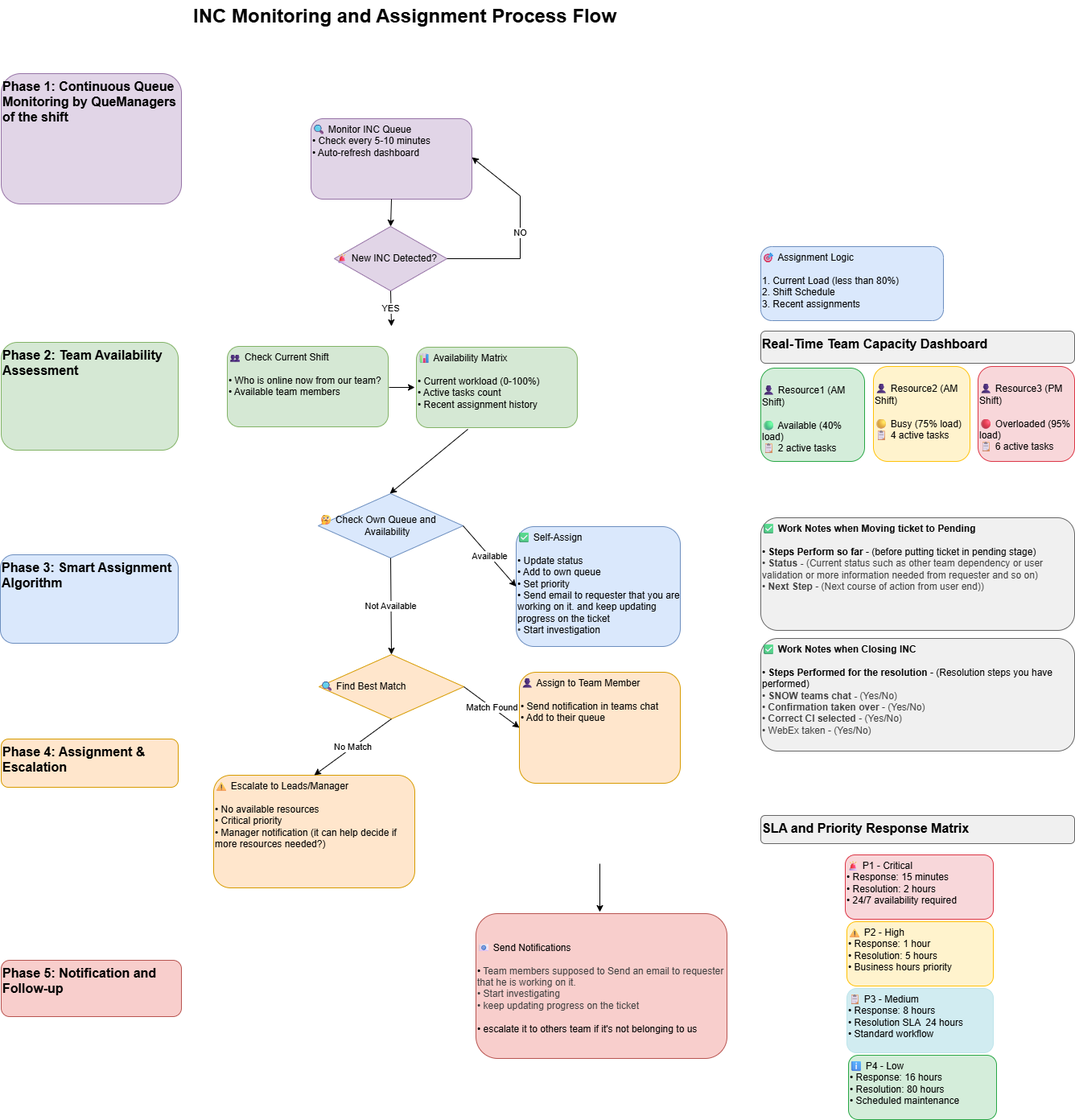
The draw.io diagram INC-Monitoring-Assignment.png in vilaswasnik/SnowINCProcess, before a commit. Source tidied: cells renumbered, new cells last; positions are measured from the earlier drawing's top-left corner, leaving out a move shared by most shapes.
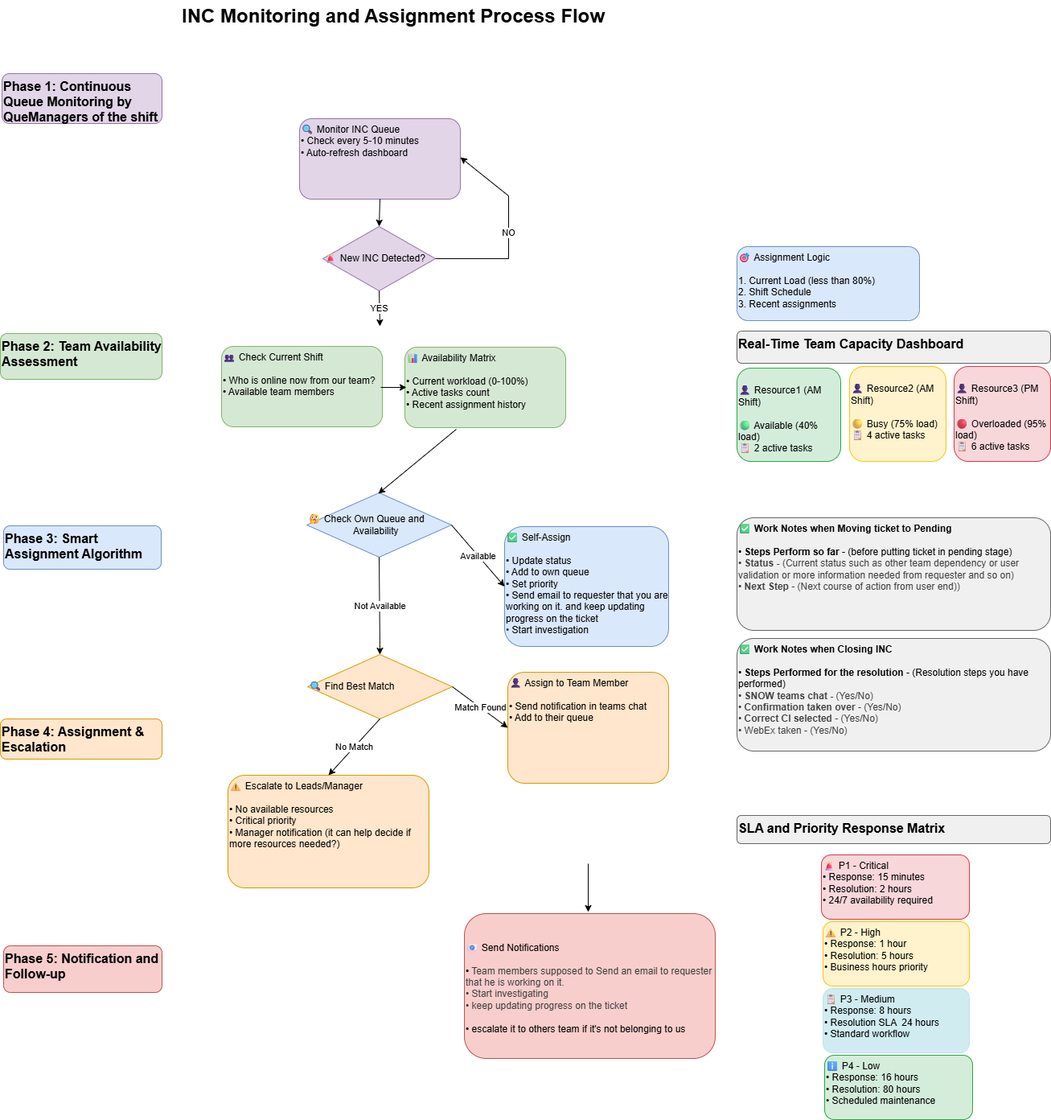
Later version of the same file.

Commit message:
Update diagram with white background and re-export PNG

- Apply white background to Draw.io diagram for better readability
- Re-export PNG with white background for clean repository display
- Improve professional appearance and printing compatibility
- Maintain all workflow elements with better contrast

Diff of the diagram source:
```diff
@@ -1,4 +1,4 @@
-<mxGraphModel>
+<mxGraphModel background="#ffffff">
   <root>
     <mxCell id="0" />
     <mxCell id="1" parent="0" />
@@ -6,7 +6,7 @@
       <mxGeometry x="203" width="600" height="40" as="geometry" />
     </mxCell>
     <mxCell id="3" value="Phase 1: Continuous Queue Monitoring by QueManagers of the shift" style="rounded=1;whiteSpace=wrap;html=1;fontSize=16;fontStyle=1;fillColor=#e1d5e7;strokeColor=#9673a6;align=left;verticalAlign=top;" parent="1" vertex="1">
-      <mxGeometry x="1" y="91" width="224" height="162" as="geometry" />
+      <mxGeometry x="16" y="91" width="199" height="62" as="geometry" />
     </mxCell>
     <mxCell id="4" value="🔍 Monitor INC Queue&lt;br&gt;• Check every 5-10 minutes&lt;br&gt;• Auto-refresh dashboard" style="rounded=1;whiteSpace=wrap;html=1;fillColor=#e1d5e7;strokeColor=#9673a6;align=left;verticalAlign=top;" parent="1" vertex="1">
       <mxGeometry x="386" y="147" width="200" height="100" as="geometry" />
@@ -15,25 +15,25 @@
       <mxGeometry x="415" y="281" width="140" height="80" as="geometry" />
     </mxCell>
     <mxCell id="6" value="Phase 2: Team Availability Assessment" style="rounded=1;whiteSpace=wrap;html=1;fontSize=16;fontStyle=1;fillColor=#d5e8d4;strokeColor=#82b366;align=left;verticalAlign=top;" parent="1" vertex="1">
-      <mxGeometry x="1" y="425" width="220" height="134" as="geometry" />
+      <mxGeometry x="14" y="414" width="201" height="57" as="geometry" />
     </mxCell>
     <mxCell id="7" value="👥 Check Current Shift&lt;div&gt;&lt;font color=&quot;#000000&quot;&gt;&lt;br&gt;&lt;/font&gt;• Who is online now from our team?&lt;br&gt;• Available team members&lt;/div&gt;" style="rounded=1;whiteSpace=wrap;html=1;fillColor=#d5e8d4;strokeColor=#82b366;align=left;verticalAlign=top;" parent="1" vertex="1">
-      <mxGeometry x="282" y="430" width="200" height="100" as="geometry" />
+      <mxGeometry x="289" y="430" width="200" height="100" as="geometry" />
     </mxCell>
     <mxCell id="8" value="📊 Availability Matrix&lt;div&gt;&lt;font color=&quot;#000000&quot;&gt;&lt;br&gt;&lt;/font&gt;• Current workload (0-100%)&lt;/div&gt;&lt;div&gt;• Active tasks count&lt;br&gt;• Recent assignment history&lt;/div&gt;" style="rounded=1;whiteSpace=wrap;html=1;fillColor=#d5e8d4;strokeColor=#82b366;align=left;verticalAlign=top;" parent="1" vertex="1">
       <mxGeometry x="517" y="431" width="200" height="100" as="geometry" />
     </mxCell>
     <mxCell id="9" value="Phase 3: Smart Assignment Algorithm" style="rounded=1;whiteSpace=wrap;html=1;fontSize=16;fontStyle=1;fillColor=#dae8fc;strokeColor=#6c8ebf;align=left;verticalAlign=top;" parent="1" vertex="1">
-      <mxGeometry y="689" width="221" height="110" as="geometry" />
+      <mxGeometry x="18" y="653" width="196" height="54" as="geometry" />
     </mxCell>
     <mxCell id="10" value="🤔 Check Own Queue and&amp;nbsp; &amp;nbsp; &amp;nbsp; &amp;nbsp; &amp;nbsp; &amp;nbsp; &amp;nbsp; &amp;nbsp; &amp;nbsp; &amp;nbsp; &amp;nbsp; &amp;nbsp; &amp;nbsp; &amp;nbsp;Availability" style="rhombus;whiteSpace=wrap;html=1;fillColor=#dae8fc;strokeColor=#6c8ebf;align=left;verticalAlign=middle;" parent="1" vertex="1">
-      <mxGeometry x="395" y="613" width="180" height="80" as="geometry" />
+      <mxGeometry x="395" y="612" width="180" height="80" as="geometry" />
     </mxCell>
     <mxCell id="11" value="✅ Self-Assign&lt;br&gt;&lt;br&gt;&lt;div&gt;• Update status&lt;br&gt;• Add to own queue&lt;br&gt;• Set priority&lt;br&gt;• Send email to requester that you are working on it. and keep updating progress on the ticket&amp;nbsp;&lt;/div&gt;&lt;div&gt;&lt;span style=&quot;color: rgb(63, 63, 63); background-color: transparent;&quot;&gt;•&amp;nbsp;&lt;/span&gt;Start investigation&lt;/div&gt;" style="rounded=1;whiteSpace=wrap;html=1;fillColor=#dae8fc;strokeColor=#6c8ebf;align=left;verticalAlign=top;" parent="1" vertex="1">
       <mxGeometry x="641" y="654" width="204" height="149" as="geometry" />
     </mxCell>
     <mxCell id="12" value="Phase 4: Assignment &amp; Escalation" style="rounded=1;whiteSpace=wrap;html=1;fontSize=16;fontStyle=1;fillColor=#ffe6cc;strokeColor=#d79b00;align=left;verticalAlign=top;" parent="1" vertex="1">
-      <mxGeometry x="1" y="918" width="220" height="60" as="geometry" />
+      <mxGeometry x="14" y="893" width="201" height="50" as="geometry" />
     </mxCell>
     <mxCell id="13" value="🔍 Find Best Match" style="rhombus;whiteSpace=wrap;html=1;fillColor=#ffe6cc;strokeColor=#d79b00;align=left;verticalAlign=middle;" parent="1" vertex="1">
       <mxGeometry x="396" y="813" width="180" height="80" as="geometry" />
@@ -48,43 +48,43 @@
       <mxGeometry x="645" y="835" width="200" height="138" as="geometry" />
     </mxCell>
     <mxCell id="16" value="⚠️ Escalate to Leads/Manager&lt;div&gt;&lt;font color=&quot;#000000&quot;&gt;&lt;br&gt;&lt;/font&gt;• No available resources&lt;br&gt;• Critical priority&lt;br&gt;• Manager notification (it can help decide if more resources needed?)&lt;/div&gt;" style="rounded=1;whiteSpace=wrap;html=1;fillColor=#ffe6cc;strokeColor=#d79b00;align=left;verticalAlign=top;" parent="1" vertex="1">
-      <mxGeometry x="265" y="963" width="250" height="140" as="geometry" />
+      <mxGeometry x="297" y="963" width="250" height="140" as="geometry" />
     </mxCell>
     <mxCell id="17" value="🎯 Assignment Logic&lt;div&gt;&lt;br&gt;1. Current Load (less than 80%)&lt;br&gt;2. Shift Schedule&lt;br&gt;3. Recent assignments&lt;/div&gt;" style="rounded=1;whiteSpace=wrap;html=1;fillColor=#dae8fc;strokeColor=#6c8ebf;align=left;verticalAlign=top;" parent="1" vertex="1">
-      <mxGeometry x="945" y="306" width="227" height="92" as="geometry" />
+      <mxGeometry x="930" y="306" width="227" height="92" as="geometry" />
     </mxCell>
     <mxCell id="18" value="Real-Time Team Capacity Dashboard" style="rounded=1;whiteSpace=wrap;html=1;fontSize=16;fontStyle=1;fillColor=#f0f0f0;strokeColor=#666666;align=left;verticalAlign=top;" parent="1" vertex="1">
-      <mxGeometry x="945" y="411" width="390" height="40" as="geometry" />
+      <mxGeometry x="930" y="411" width="390" height="40" as="geometry" />
     </mxCell>
     <mxCell id="19" value="&lt;div&gt;&lt;br&gt;&lt;/div&gt;👤 Resource1 (AM Shift)&lt;div&gt;&lt;font color=&quot;#000000&quot;&gt;&lt;br&gt;&lt;/font&gt;🟢 Available (40% load)&lt;br&gt;📋 2 active tasks&lt;br&gt;&lt;br&gt;&lt;/div&gt;" style="rounded=1;whiteSpace=wrap;html=1;fillColor=#d4edda;strokeColor=#28a745;align=left;verticalAlign=top;" parent="1" vertex="1">
-      <mxGeometry x="945" y="457" width="129" height="116" as="geometry" />
+      <mxGeometry x="930" y="457" width="129" height="116" as="geometry" />
     </mxCell>
     <mxCell id="20" value="&lt;div&gt;&lt;br&gt;&lt;/div&gt;👤&amp;nbsp;&lt;span style=&quot;color: rgb(0, 0, 0);&quot;&gt;Resource2&amp;nbsp;&lt;/span&gt;(AM Shift)&lt;div&gt;&lt;font color=&quot;#000000&quot;&gt;&lt;br&gt;&lt;/font&gt;🟡 Busy (75% load)&lt;br&gt;📋 4 active tasks&lt;div&gt;&lt;br&gt;&lt;/div&gt;&lt;/div&gt;" style="rounded=1;whiteSpace=wrap;html=1;fillColor=#fff3cd;strokeColor=#ffc107;align=left;verticalAlign=top;" parent="1" vertex="1">
-      <mxGeometry x="1085" y="455" width="120" height="118" as="geometry" />
+      <mxGeometry x="1070" y="455" width="120" height="118" as="geometry" />
     </mxCell>
     <mxCell id="21" value="&lt;div&gt;&lt;br&gt;&lt;/div&gt;👤&amp;nbsp;&lt;span style=&quot;color: rgb(0, 0, 0);&quot;&gt;Resource3&lt;/span&gt;&amp;nbsp;(PM Shift)&lt;div&gt;&lt;font color=&quot;#000000&quot;&gt;&lt;br&gt;&lt;/font&gt;&lt;div&gt;🔴 Overloaded (95% load)&lt;br&gt;📋 6 active tasks&lt;br&gt;&lt;br&gt;&lt;/div&gt;&lt;/div&gt;" style="rounded=1;whiteSpace=wrap;html=1;fillColor=#f8d7da;strokeColor=#dc3545;align=left;verticalAlign=top;" parent="1" vertex="1">
-      <mxGeometry x="1215" y="455" width="120" height="118" as="geometry" />
+      <mxGeometry x="1200" y="455" width="120" height="118" as="geometry" />
     </mxCell>
     <mxCell id="22" value="Phase 5: Notification and Follow-up" style="rounded=1;whiteSpace=wrap;html=1;fontSize=16;fontStyle=1;fillColor=#f8cecc;strokeColor=#b85450;align=left;verticalAlign=top;" parent="1" vertex="1">
-      <mxGeometry x="1" y="1193" width="224" height="70" as="geometry" />
+      <mxGeometry x="18" y="1175" width="197" height="58" as="geometry" />
     </mxCell>
     <mxCell id="23" value="&lt;div&gt;&lt;span style=&quot;background-color: transparent;&quot;&gt;&lt;br&gt;&lt;/span&gt;&lt;/div&gt;&lt;div&gt;&lt;span style=&quot;background-color: transparent;&quot;&gt;&lt;br&gt;&lt;/span&gt;&lt;/div&gt;&lt;div&gt;&lt;span style=&quot;background-color: transparent;&quot;&gt;📧 Send Notifications&lt;/span&gt;&lt;/div&gt;&lt;div&gt;&lt;font color=&quot;#000000&quot;&gt;&lt;br&gt;&lt;/font&gt;•&amp;nbsp;&lt;span style=&quot;color: rgb(63, 63, 63); background-color: transparent;&quot;&gt;Team members supposed to Send an email to requester that he is working on it.&lt;/span&gt;&lt;/div&gt;&lt;div&gt;&lt;span style=&quot;background-color: transparent; scrollbar-color: rgb(226, 226, 226) rgb(251, 251, 251); color: rgb(63, 63, 63);&quot;&gt;•&amp;nbsp;&lt;/span&gt;&lt;span style=&quot;background-color: transparent; color: rgb(63, 63, 63);&quot;&gt;Start investigating&lt;/span&gt;&lt;span style=&quot;background-color: transparent;&quot;&gt;&amp;nbsp;&lt;/span&gt;&lt;/div&gt;&lt;div&gt;&lt;span style=&quot;background-color: transparent; scrollbar-color: rgb(226, 226, 226) rgb(251, 251, 251); color: rgb(63, 63, 63);&quot;&gt;&lt;span style=&quot;color: rgb(63, 63, 63); background-color: transparent;&quot;&gt;•&amp;nbsp;&lt;/span&gt;keep updating progress on the ticket&lt;/span&gt;&lt;span style=&quot;background-color: transparent; scrollbar-color: rgb(226, 226, 226) rgb(251, 251, 251); color: rgb(63, 63, 63);&quot;&gt;&amp;nbsp;&lt;/span&gt;&lt;/div&gt;&lt;div&gt;&lt;div style=&quot;scrollbar-color: rgb(226, 226, 226) rgb(251, 251, 251); color: rgb(63, 63, 63);&quot;&gt;&lt;br&gt;&lt;/div&gt;• escalate it to others team if it's not belonging to us&lt;br&gt;&lt;br&gt;&lt;/div&gt;" style="rounded=1;whiteSpace=wrap;html=1;fillColor=#f8cecc;strokeColor=#b85450;align=left;verticalAlign=top;" parent="1" vertex="1">
       <mxGeometry x="591" y="1135" width="312" height="180" as="geometry" />
     </mxCell>
     <mxCell id="24" value="SLA and Priority Response Matrix" style="rounded=1;whiteSpace=wrap;html=1;fontSize=16;fontStyle=1;fillColor=#f0f0f0;strokeColor=#666666;align=left;verticalAlign=top;" parent="1" vertex="1">
-      <mxGeometry x="945" y="1013" width="390" height="35" as="geometry" />
+      <mxGeometry x="930" y="1013" width="390" height="35" as="geometry" />
     </mxCell>
     <mxCell id="25" value="🚨 P1 - Critical&lt;br&gt;• Response: 15 minutes&lt;br&gt;• Resolution: 2 hours&lt;br&gt;• 24/7 availability required" style="rounded=1;whiteSpace=wrap;html=1;fillColor=#f8d7da;strokeColor=#dc3545;align=left;verticalAlign=top;" parent="1" vertex="1">
-      <mxGeometry x="1050" y="1062" width="184" height="80" as="geometry" />
+      <mxGeometry x="1035" y="1062" width="184" height="80" as="geometry" />
     </mxCell>
     <mxCell id="26" value="⚠️ P2 - High&lt;br&gt;• Response: 1 hour&lt;br&gt;• Resolution: 5 hours&lt;br&gt;• Business hours priority" style="rounded=1;whiteSpace=wrap;html=1;fillColor=#fff3cd;strokeColor=#ffc107;align=left;verticalAlign=top;" parent="1" vertex="1">
-      <mxGeometry x="1052" y="1145" width="182" height="80" as="geometry" />
+      <mxGeometry x="1037" y="1145" width="182" height="80" as="geometry" />
     </mxCell>
     <mxCell id="27" value="📋 P3 - Medium&lt;br&gt;• Response: 8 hours&lt;br&gt;• Resolution SLA&amp;nbsp; 24 hours&lt;br&gt;• Standard workflow" style="rounded=1;whiteSpace=wrap;html=1;fillColor=#d1ecf1;strokeColor=#bee5eb;align=left;verticalAlign=top;" parent="1" vertex="1">
-      <mxGeometry x="1052" y="1228" width="182" height="80" as="geometry" />
+      <mxGeometry x="1037" y="1228" width="182" height="80" as="geometry" />
     </mxCell>
     <mxCell id="28" value="ℹ️ P4 - Low&lt;br&gt;• Response: 16 hours&lt;br&gt;• Resolution: 80 hours&lt;br&gt;• Scheduled maintenance" style="rounded=1;whiteSpace=wrap;html=1;fillColor=#d4edda;strokeColor=#28a745;align=left;verticalAlign=top;" parent="1" vertex="1">
-      <mxGeometry x="1054" y="1311" width="184" height="80" as="geometry" />
+      <mxGeometry x="1039" y="1311" width="184" height="80" as="geometry" />
     </mxCell>
     <mxCell id="29" style="endArrow=classic;html=1;rounded=0;entryX=0.5;entryY=0;entryDx=0;entryDy=0;exitX=0.5;exitY=1;exitDx=0;exitDy=0;" parent="1" edge="1" source="4" target="5">
       <mxGeometry relative="1" as="geometry" />
@@ -96,8 +96,8 @@
     </mxCell>
     <mxCell id="31" style="endArrow=classic;html=1;rounded=0;entryX=0;entryY=0.5;entryDx=0;entryDy=0;" parent="1" edge="1">
       <mxGeometry relative="1" as="geometry">
-        <mxPoint x="483" y="481" as="sourcePoint" />
-        <mxPoint x="515" y="481" as="targetPoint" />
+        <mxPoint x="487" y="481" as="sourcePoint" />
+        <mxPoint x="519" y="481" as="targetPoint" />
       </mxGeometry>
     </mxCell>
     <mxCell id="32" style="endArrow=classic;html=1;rounded=0;exitX=0.5;exitY=1;exitDx=0;exitDy=0;entryX=0.5;entryY=0;entryDx=0;entryDy=0;" parent="1" edge="1">
@@ -129,10 +129,10 @@
       </mxGeometry>
     </mxCell>
     <mxCell id="38" value="✅&lt;b&gt; Work Notes when Moving ticket to Pending&lt;/b&gt;&lt;br&gt;&lt;br&gt;&lt;div&gt;• &lt;b&gt;Steps Perform so far&lt;/b&gt; - (before putting ticket in pending stage)&amp;nbsp;&lt;span style=&quot;white-space: pre;&quot;&gt;&#9;&lt;/span&gt;&lt;br&gt;&lt;/div&gt;&lt;div&gt;&lt;span style=&quot;color: rgb(63, 63, 63);&quot;&gt;• &lt;b&gt;Status -&lt;/b&gt; (Current status such as other team dependency or user validation or more information needed from requester and so on)&lt;/span&gt;&lt;/div&gt;&lt;div&gt;&lt;span style=&quot;background-color: transparent; color: rgb(63, 63, 63);&quot;&gt;• &lt;b&gt;Next Step&lt;/b&gt; - (Next course of action from user end))&lt;/span&gt;&lt;span style=&quot;background-color: transparent;&quot;&gt;&amp;nbsp;&lt;/span&gt;&lt;/div&gt;" style="rounded=1;whiteSpace=wrap;html=1;fillColor=#f0f0f0;strokeColor=#666666;align=left;verticalAlign=top;" parent="1" vertex="1">
-      <mxGeometry x="945" y="643" width="390" height="140" as="geometry" />
+      <mxGeometry x="930" y="643" width="390" height="140" as="geometry" />
     </mxCell>
     <mxCell id="39" value="✅ &lt;b&gt;Work Notes when Closing INC&lt;/b&gt;&lt;br&gt;&lt;br&gt;&lt;div&gt;• &lt;b&gt;Steps Performed for the resolution&lt;/b&gt;&amp;nbsp;- (Resolution steps you have performed)&amp;nbsp;&lt;span style=&quot;white-space: pre;&quot;&gt;&#9;&lt;/span&gt;&lt;br&gt;&lt;/div&gt;&lt;div&gt;&lt;span style=&quot;color: rgb(63, 63, 63);&quot;&gt;• &lt;b&gt;SNOW teams chat -&lt;/b&gt; (Yes/No)&lt;/span&gt;&lt;/div&gt;&lt;div&gt;&lt;span style=&quot;background-color: transparent; color: rgb(63, 63, 63);&quot;&gt;• &lt;b&gt;Confirmation taken over&lt;/b&gt;&amp;nbsp;- (Yes/No)&lt;/span&gt;&lt;/div&gt;&lt;div&gt;&lt;span style=&quot;background-color: transparent; color: rgb(63, 63, 63);&quot;&gt;•&lt;/span&gt;&lt;span style=&quot;background-color: transparent; color: rgb(63, 63, 63);&quot;&gt;&amp;nbsp;&lt;/span&gt;&lt;b style=&quot;background-color: transparent; color: rgb(63, 63, 63); scrollbar-color: rgb(226, 226, 226) rgb(251, 251, 251);&quot;&gt;Correct CI selected &lt;/b&gt;&lt;span style=&quot;background-color: transparent; color: rgb(63, 63, 63);&quot;&gt;- (Yes/No)&lt;/span&gt;&lt;/div&gt;&lt;div&gt;&lt;span style=&quot;color: rgb(63, 63, 63);&quot;&gt;• WebEx taken - (Yes/No)&lt;/span&gt;&lt;span style=&quot;background-color: transparent; color: rgb(63, 63, 63);&quot;&gt;&lt;/span&gt;&lt;/div&gt;&lt;div&gt;&lt;span style=&quot;background-color: transparent;&quot;&gt;&amp;nbsp;&lt;/span&gt;&lt;/div&gt;" style="rounded=1;whiteSpace=wrap;html=1;fillColor=#f0f0f0;strokeColor=#666666;align=left;verticalAlign=top;" parent="1" vertex="1">
-      <mxGeometry x="945" y="793" width="390" height="140" as="geometry" />
+      <mxGeometry x="930" y="793" width="390" height="140" as="geometry" />
     </mxCell>
   </root>
 </mxGraphModel>
```
